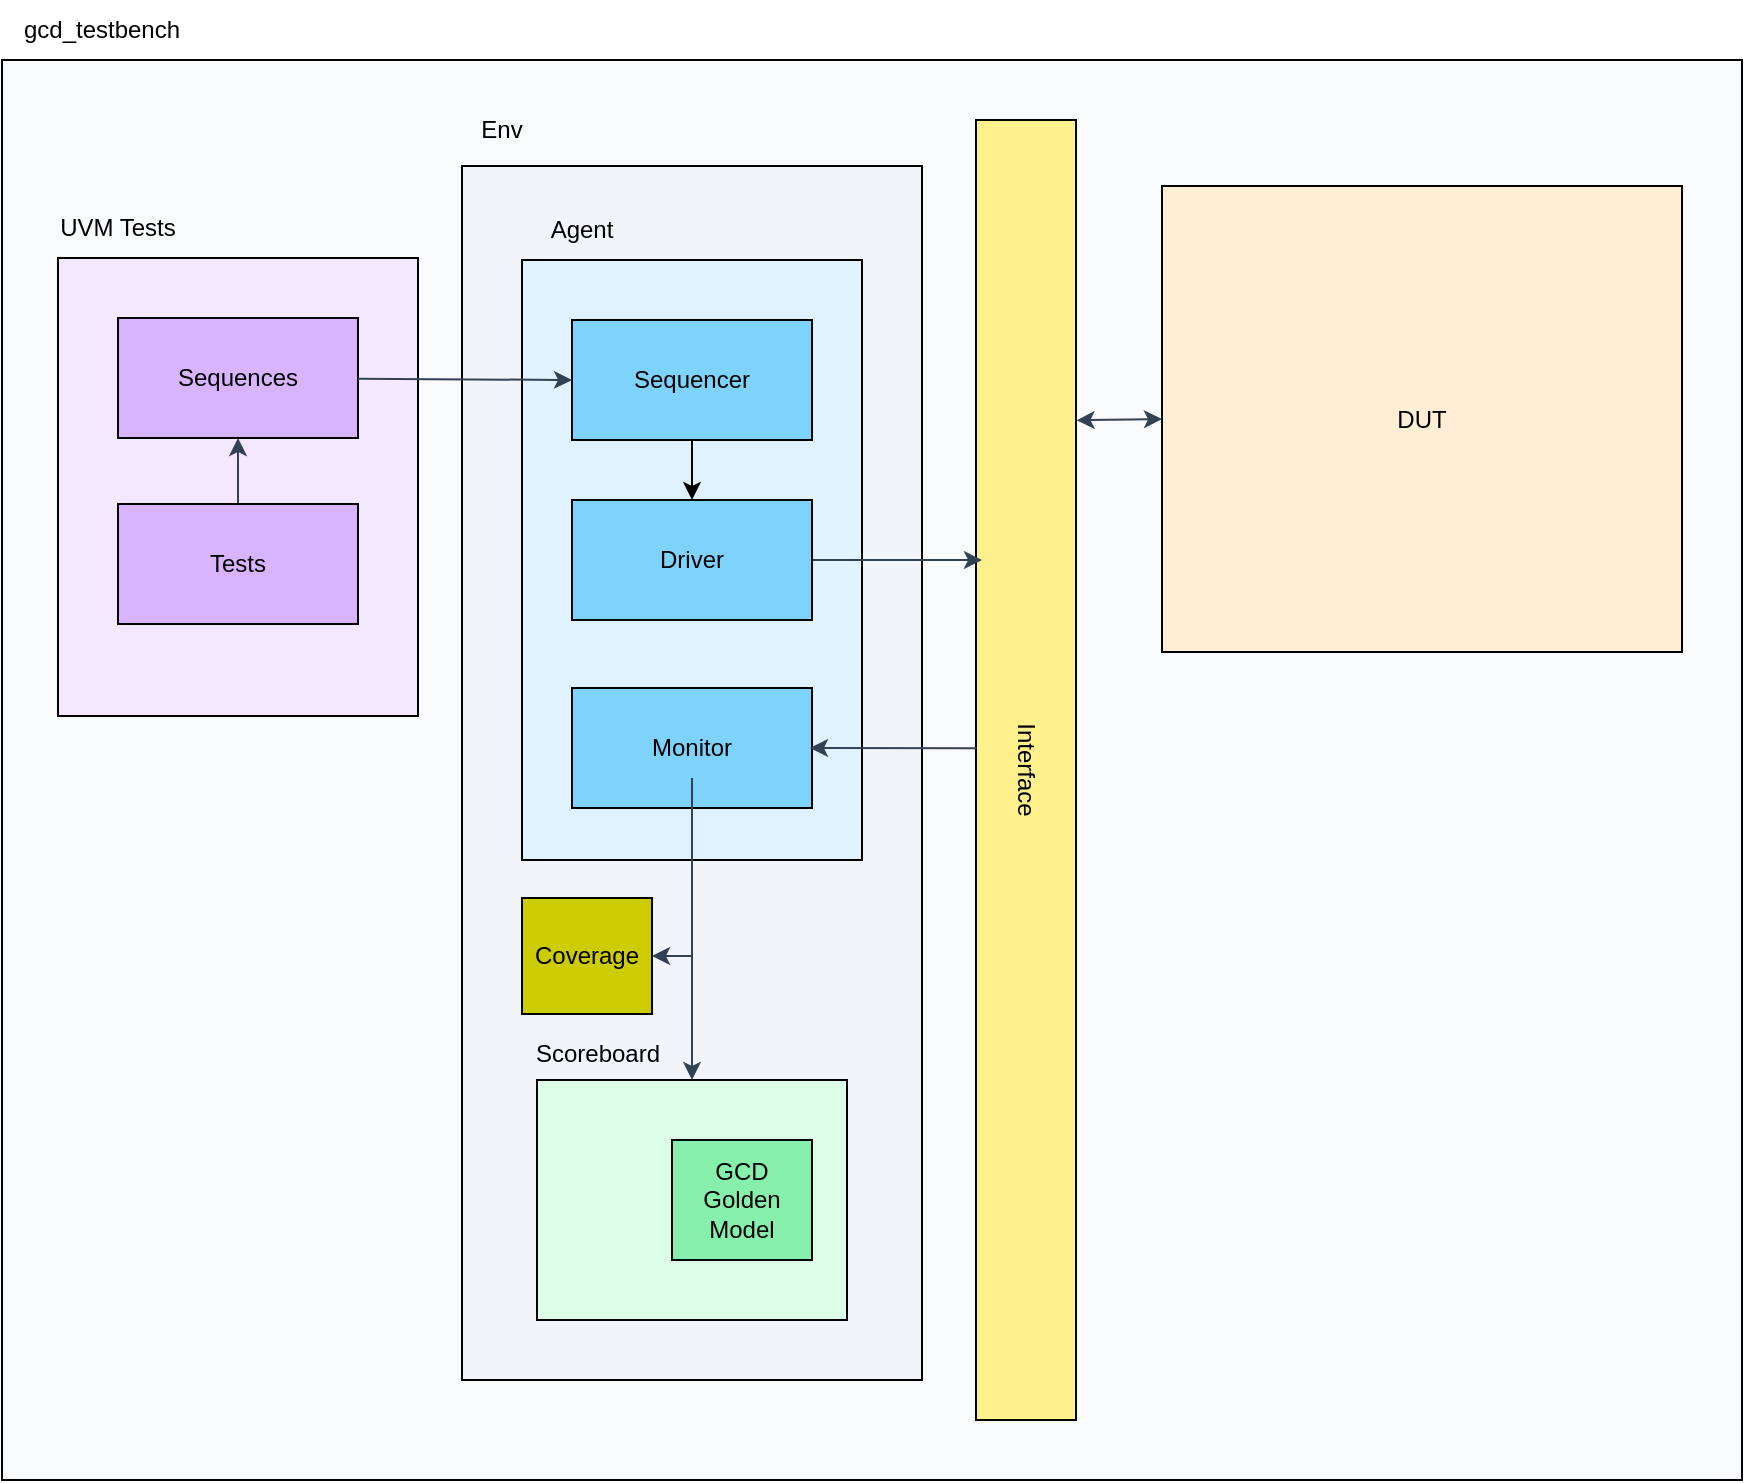
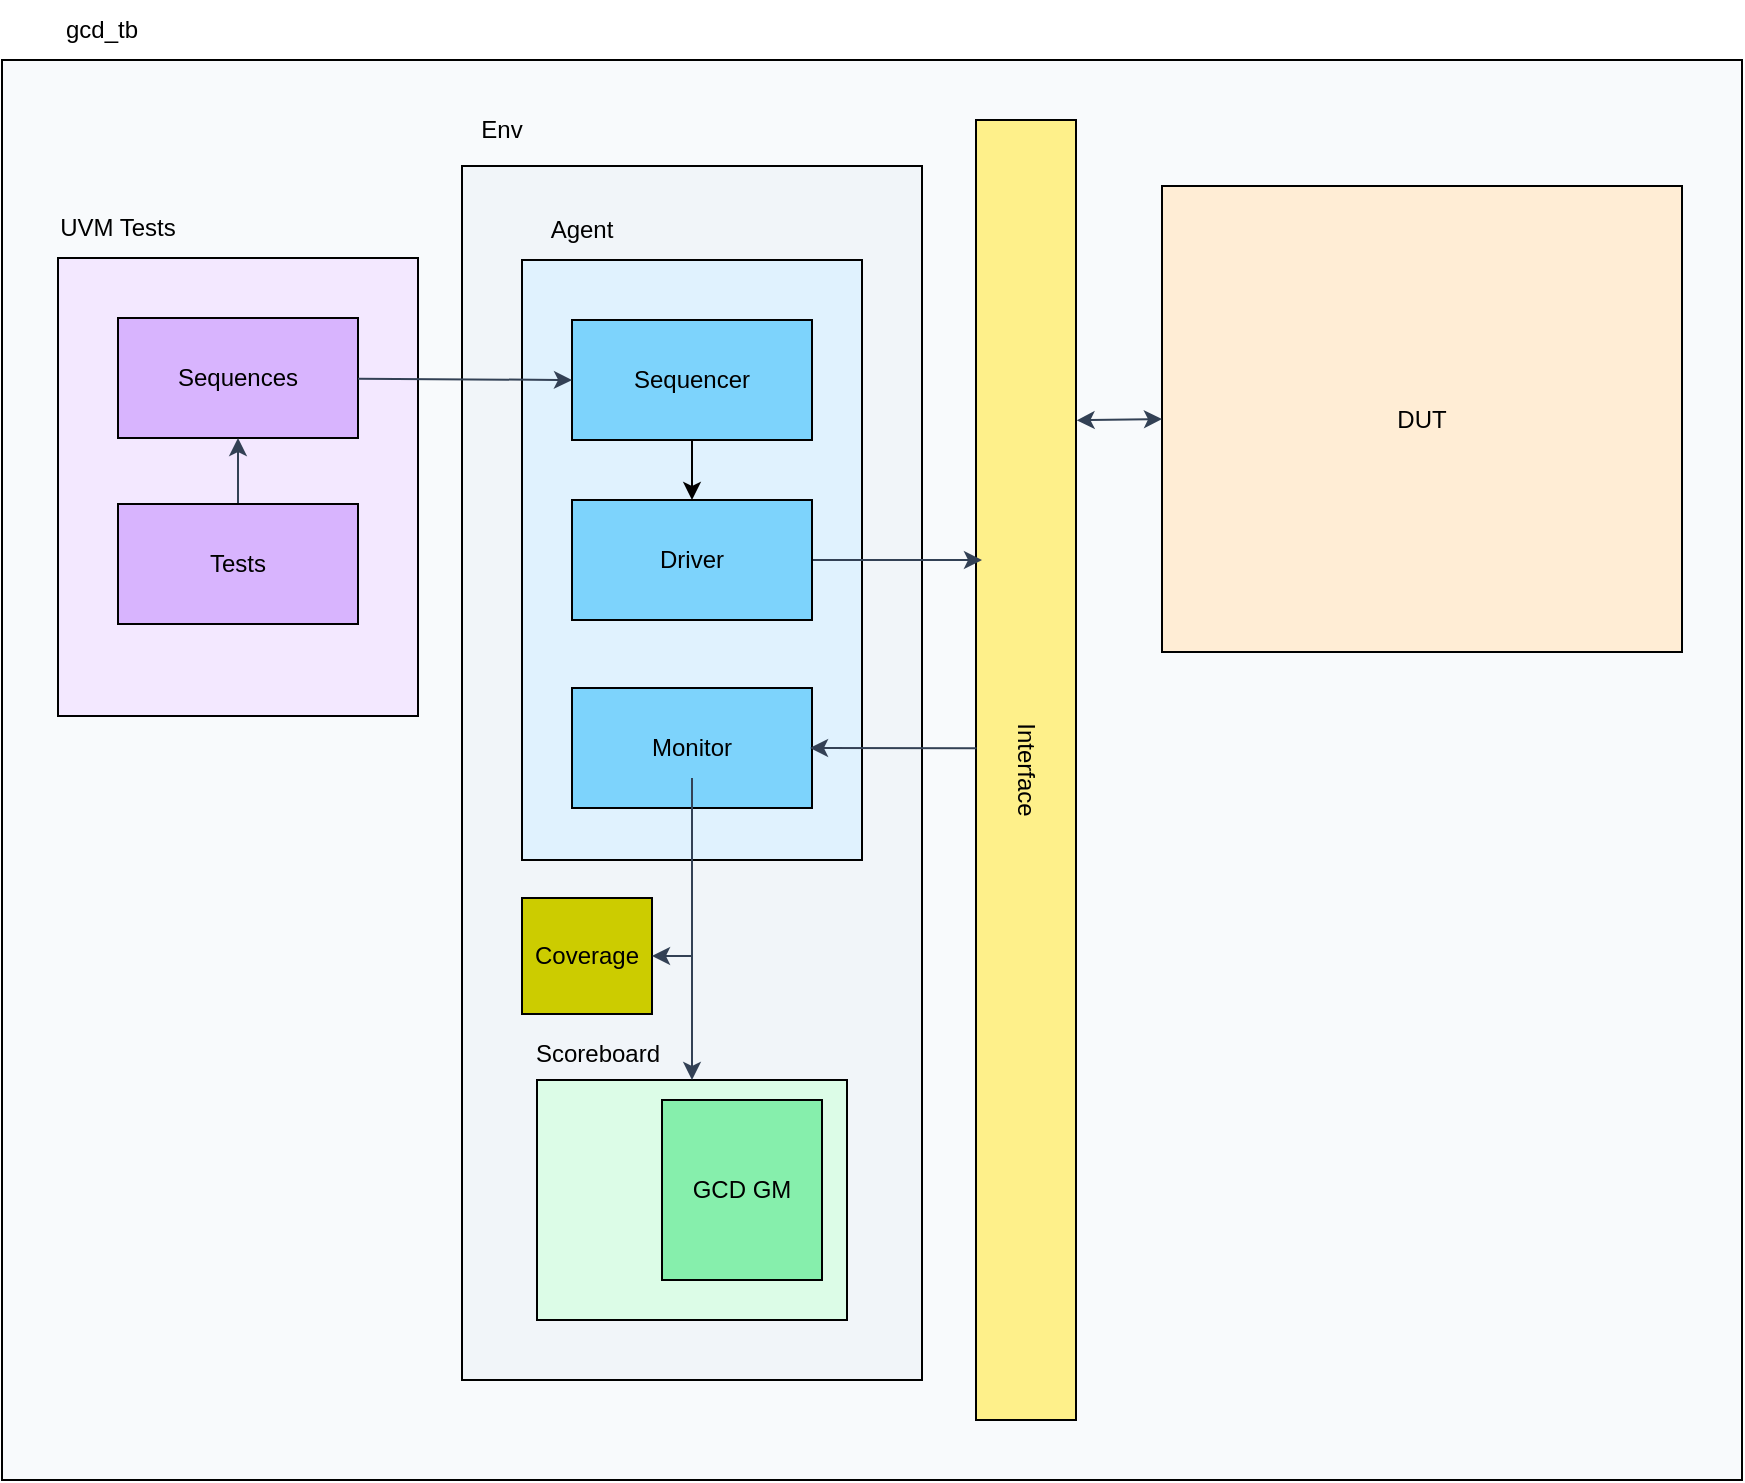
<mxfile host="65bd71144e">
    <diagram id="hHg4Ucc54p4UqEbMAPx-" name="Page-1">
-         <mxGraphModel dx="948" dy="687" grid="1" gridSize="10" guides="1" tooltips="1" connect="1" arrows="1" fold="1" page="1" pageScale="1" pageWidth="850" pageHeight="1100" math="0" shadow="0">
+         <mxGraphModel dx="1151" dy="539" grid="1" gridSize="10" guides="1" tooltips="1" connect="1" arrows="1" fold="1" page="1" pageScale="1" pageWidth="850" pageHeight="1100" math="0" shadow="0">
            <root>
                <mxCell id="0"/>
                <mxCell id="1" parent="0"/>
                <mxCell id="2" value="" style="rounded=0;whiteSpace=wrap;html=1;fillColor=#F8FAFC;" vertex="1" parent="1">
                    <mxGeometry x="180" y="550" width="870" height="710" as="geometry"/>
                </mxCell>
-                 <mxCell id="3" value="gcd_testbench" style="text;html=1;align=center;verticalAlign=middle;whiteSpace=wrap;rounded=0;" vertex="1" parent="1">
+                 <mxCell id="3" value="gcd_tb" style="text;html=1;align=center;verticalAlign=middle;whiteSpace=wrap;rounded=0;" vertex="1" parent="1">
                    <mxGeometry x="200" y="520" width="60" height="30" as="geometry"/>
                </mxCell>
                <mxCell id="4" value="" style="rounded=0;whiteSpace=wrap;html=1;fillColor=#FEF08A;" vertex="1" parent="1">
                    <mxGeometry x="667" y="580" width="50" height="650" as="geometry"/>
                </mxCell>
                <mxCell id="5" value="&lt;span style=&quot;color: rgb(0, 0, 0);&quot;&gt;Interface&lt;/span&gt;" style="text;html=1;align=center;verticalAlign=middle;whiteSpace=wrap;rounded=0;rotation=90;" vertex="1" parent="1">
                    <mxGeometry x="662" y="890" width="60" height="30" as="geometry"/>
                </mxCell>
                <mxCell id="6" value="DUT" style="rounded=0;whiteSpace=wrap;html=1;fillColor=#FFEDD5;" vertex="1" parent="1">
                    <mxGeometry x="760" y="613" width="260" height="233" as="geometry"/>
                </mxCell>
                <mxCell id="7" value="" style="rounded=0;whiteSpace=wrap;html=1;fillColor=#F3E8FF;" vertex="1" parent="1">
                    <mxGeometry x="208" y="649" width="180" height="229" as="geometry"/>
                </mxCell>
                <mxCell id="8" value="&lt;span style=&quot;color: rgb(0, 0, 0);&quot;&gt;UVM Tests&lt;/span&gt;" style="text;html=1;align=center;verticalAlign=middle;whiteSpace=wrap;rounded=0;" vertex="1" parent="1">
                    <mxGeometry x="208" y="619" width="60" height="30" as="geometry"/>
                </mxCell>
                <mxCell id="9" value="Sequences" style="rounded=0;whiteSpace=wrap;html=1;fillColor=#D8B4FE;" vertex="1" parent="1">
                    <mxGeometry x="238" y="679" width="120" height="60" as="geometry"/>
                </mxCell>
                <mxCell id="11" value="" style="rounded=0;whiteSpace=wrap;html=1;fillColor=#F1F5F9;" vertex="1" parent="1">
                    <mxGeometry x="410" y="603" width="230" height="607" as="geometry"/>
                </mxCell>
                <mxCell id="12" value="Env" style="text;html=1;align=center;verticalAlign=middle;whiteSpace=wrap;rounded=0;" vertex="1" parent="1">
                    <mxGeometry x="400" y="570" width="60" height="30" as="geometry"/>
                </mxCell>
                <mxCell id="13" value="" style="rounded=0;whiteSpace=wrap;html=1;fillColor=#E0F2FE;" vertex="1" parent="1">
                    <mxGeometry x="440" y="650" width="170" height="300" as="geometry"/>
                </mxCell>
                <mxCell id="14" value="Agent" style="text;html=1;align=center;verticalAlign=middle;whiteSpace=wrap;rounded=0;" vertex="1" parent="1">
                    <mxGeometry x="440" y="620" width="60" height="30" as="geometry"/>
                </mxCell>
                <mxCell id="15" value="" style="rounded=0;whiteSpace=wrap;html=1;fillColor=#DCFCE7;" vertex="1" parent="1">
                    <mxGeometry x="447.5" y="1060" width="155" height="120" as="geometry"/>
                </mxCell>
                <mxCell id="16" value="&lt;span style=&quot;color: rgb(0, 0, 0);&quot;&gt;Scoreboard&lt;/span&gt;" style="text;html=1;align=center;verticalAlign=middle;whiteSpace=wrap;rounded=0;" vertex="1" parent="1">
                    <mxGeometry x="447.5" y="1032" width="60" height="30" as="geometry"/>
                </mxCell>
                <mxCell id="17" value="" style="rounded=0;whiteSpace=wrap;html=1;fillColor=#7DD3FC;" vertex="1" parent="1">
                    <mxGeometry x="465" y="680" width="120" height="60" as="geometry"/>
                </mxCell>
                <mxCell id="19" value="Sequencer" style="text;html=1;align=center;verticalAlign=middle;whiteSpace=wrap;rounded=0;" vertex="1" parent="1">
                    <mxGeometry x="495" y="695" width="60" height="30" as="geometry"/>
                </mxCell>
                <mxCell id="27" value="" style="edgeStyle=none;html=1;strokeColor=#334155;" edge="1" parent="1" source="21">
                    <mxGeometry relative="1" as="geometry">
                        <mxPoint x="670" y="800" as="targetPoint"/>
                    </mxGeometry>
                </mxCell>
                <mxCell id="21" value="" style="rounded=0;whiteSpace=wrap;html=1;fillColor=#7DD3FC;" vertex="1" parent="1">
                    <mxGeometry x="465" y="770" width="120" height="60" as="geometry"/>
                </mxCell>
                <mxCell id="22" value="Driver" style="text;html=1;align=center;verticalAlign=middle;whiteSpace=wrap;rounded=0;" vertex="1" parent="1">
                    <mxGeometry x="495" y="785" width="60" height="30" as="geometry"/>
                </mxCell>
                <mxCell id="23" value="" style="rounded=0;whiteSpace=wrap;html=1;fillColor=#7DD3FC;" vertex="1" parent="1">
                    <mxGeometry x="465" y="864" width="120" height="60" as="geometry"/>
                </mxCell>
                <mxCell id="47" value="" style="edgeStyle=none;html=1;entryX=0.5;entryY=0;entryDx=0;entryDy=0;strokeColor=#334155;" edge="1" parent="1" source="24" target="15">
                    <mxGeometry relative="1" as="geometry">
                        <mxPoint x="500" y="950" as="targetPoint"/>
                    </mxGeometry>
                </mxCell>
                <mxCell id="24" value="Monitor" style="text;html=1;align=center;verticalAlign=middle;whiteSpace=wrap;rounded=0;" vertex="1" parent="1">
                    <mxGeometry x="495" y="879" width="60" height="30" as="geometry"/>
                </mxCell>
                <mxCell id="25" value="" style="endArrow=classic;html=1;exitX=0.5;exitY=1;exitDx=0;exitDy=0;entryX=0.5;entryY=0;entryDx=0;entryDy=0;" edge="1" parent="1" source="17" target="21">
                    <mxGeometry width="50" height="50" relative="1" as="geometry">
                        <mxPoint x="500" y="840" as="sourcePoint"/>
                        <mxPoint x="550" y="790" as="targetPoint"/>
                    </mxGeometry>
                </mxCell>
                <mxCell id="28" value="" style="endArrow=classic;html=1;entryX=1;entryY=0.5;entryDx=0;entryDy=0;exitX=0.025;exitY=0.604;exitDx=0;exitDy=0;exitPerimeter=0;strokeColor=#334155;" edge="1" parent="1">
                    <mxGeometry width="50" height="50" relative="1" as="geometry">
                        <mxPoint x="667.25" y="894.0799999999999" as="sourcePoint"/>
                        <mxPoint x="584" y="894" as="targetPoint"/>
                    </mxGeometry>
                </mxCell>
                <mxCell id="30" value="" style="endArrow=classic;startArrow=classic;html=1;entryX=0;entryY=0.5;entryDx=0;entryDy=0;exitX=1.006;exitY=0.231;exitDx=0;exitDy=0;exitPerimeter=0;strokeColor=#334155;" edge="1" parent="1" source="4" target="6">
                    <mxGeometry width="50" height="50" relative="1" as="geometry">
                        <mxPoint x="720" y="700" as="sourcePoint"/>
                        <mxPoint x="740" y="711" as="targetPoint"/>
                    </mxGeometry>
                </mxCell>
-                 <mxCell id="31" value="GCD&lt;br&gt;Golden&lt;br&gt;Model" style="rounded=0;whiteSpace=wrap;html=1;fillColor=#86EFAC;" vertex="1" parent="1">
-                     <mxGeometry x="515" y="1090" width="70" height="60" as="geometry"/>
+                 <mxCell id="31" value="GCD GM" style="rounded=0;whiteSpace=wrap;html=1;fillColor=#86EFAC;" vertex="1" parent="1">
+                     <mxGeometry x="510" y="1070" width="80" height="90" as="geometry"/>
                </mxCell>
                <mxCell id="35" value="" style="edgeStyle=none;html=1;strokeColor=#334155;" edge="1" parent="1" source="33" target="9">
                    <mxGeometry relative="1" as="geometry"/>
                </mxCell>
                <mxCell id="33" value="Tests" style="rounded=0;whiteSpace=wrap;html=1;fillColor=#D8B4FE;" vertex="1" parent="1">
                    <mxGeometry x="238" y="772" width="120" height="60" as="geometry"/>
                </mxCell>
                <mxCell id="39" value="" style="endArrow=classic;html=1;entryX=0;entryY=0.5;entryDx=0;entryDy=0;strokeColor=#334155;" edge="1" parent="1" source="9" target="17">
                    <mxGeometry width="50" height="50" relative="1" as="geometry">
                        <mxPoint x="480" y="900" as="sourcePoint"/>
                        <mxPoint x="530" y="850" as="targetPoint"/>
                    </mxGeometry>
                </mxCell>
                <mxCell id="42" value="Coverage" style="rounded=0;whiteSpace=wrap;html=1;fillColor=#CCCC00;" vertex="1" parent="1">
                    <mxGeometry x="440" y="969" width="65" height="58" as="geometry"/>
                </mxCell>
                <mxCell id="48" value="" style="endArrow=classic;html=1;entryX=1;entryY=0.5;entryDx=0;entryDy=0;strokeColor=#334155;" edge="1" parent="1" target="42">
                    <mxGeometry width="50" height="50" relative="1" as="geometry">
                        <mxPoint x="525" y="998" as="sourcePoint"/>
                        <mxPoint x="845" y="850" as="targetPoint"/>
                    </mxGeometry>
                </mxCell>
            </root>
        </mxGraphModel>
    </diagram>
</mxfile>